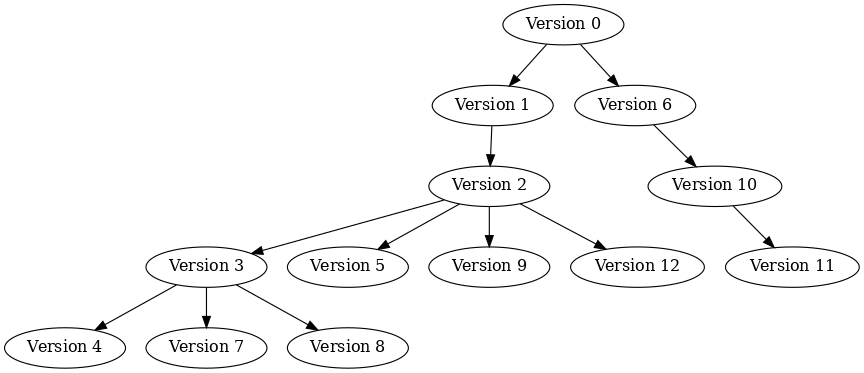
The Graphviz diagram TehniciWeb/Project/scripts/diagram.png in theodormoroianu/FirstYearCourses, before a commit. Its source is kept beside it as TehniciWeb/Project/scripts/diagram.gv.
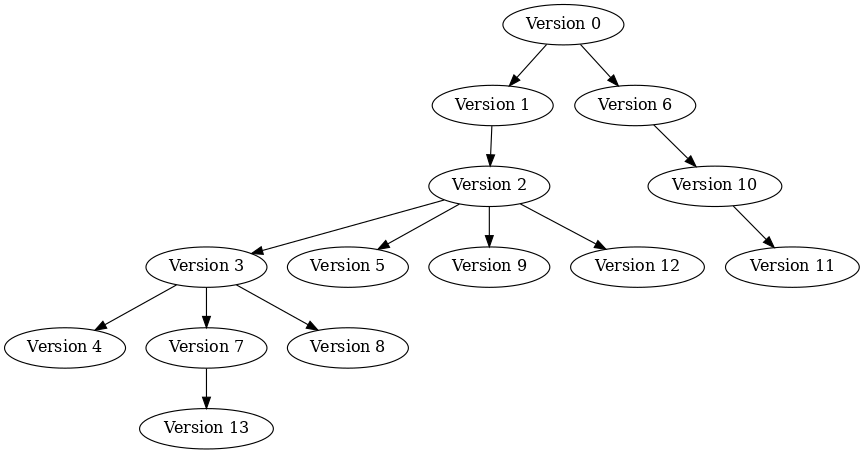
The same diagram one commit later.

Diff of the diagram source:
```diff
@@ -12,6 +12,7 @@
     "Version 10";
     "Version 11";
     "Version 12";
+    "Version 13";
     "Version 0" -> "Version 1";
     "Version 1" -> "Version 2";
     "Version 2" -> "Version 3";
@@ -24,4 +25,5 @@
     "Version 6" -> "Version 10";
     "Version 10" -> "Version 11";
     "Version 2" -> "Version 12";
+    "Version 7" -> "Version 13";
 }
```
